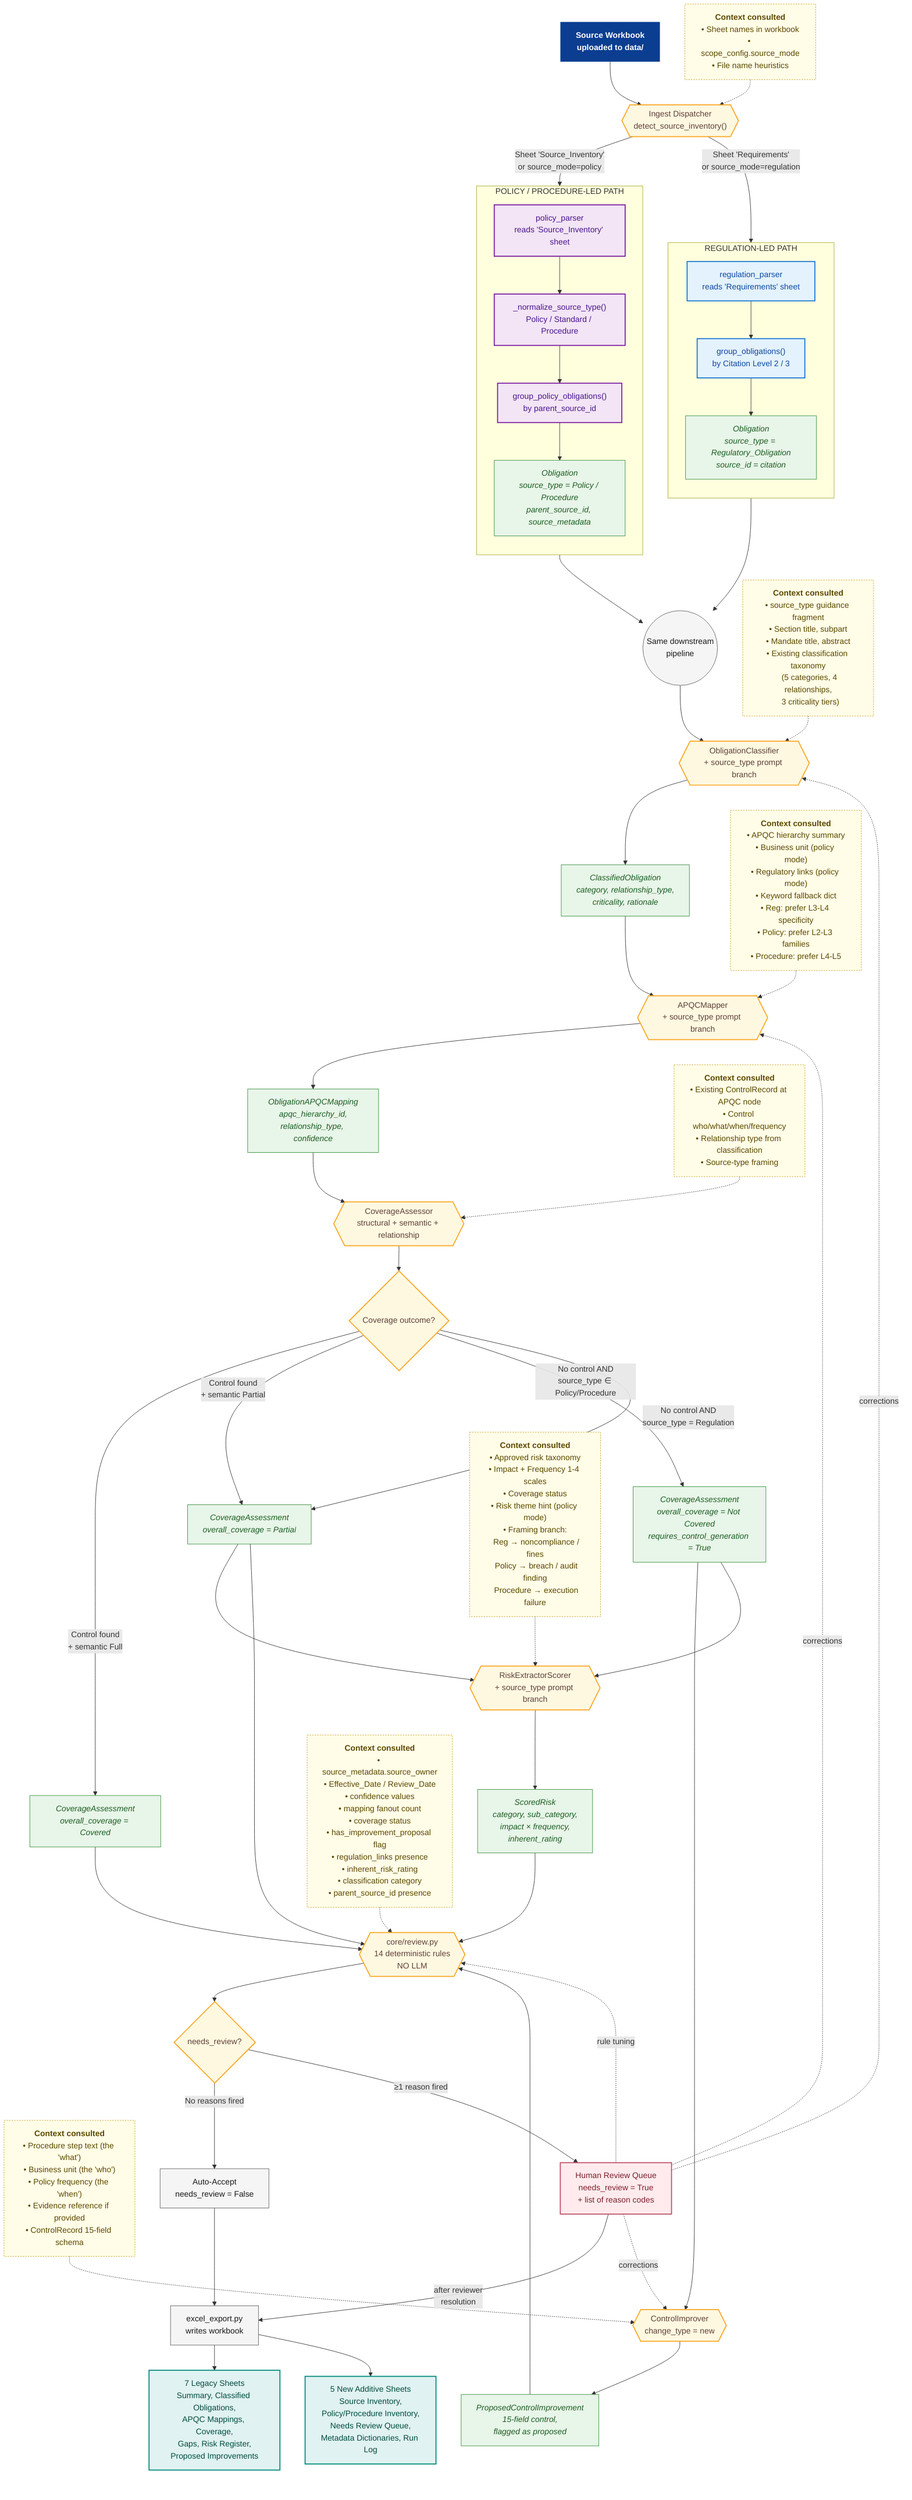
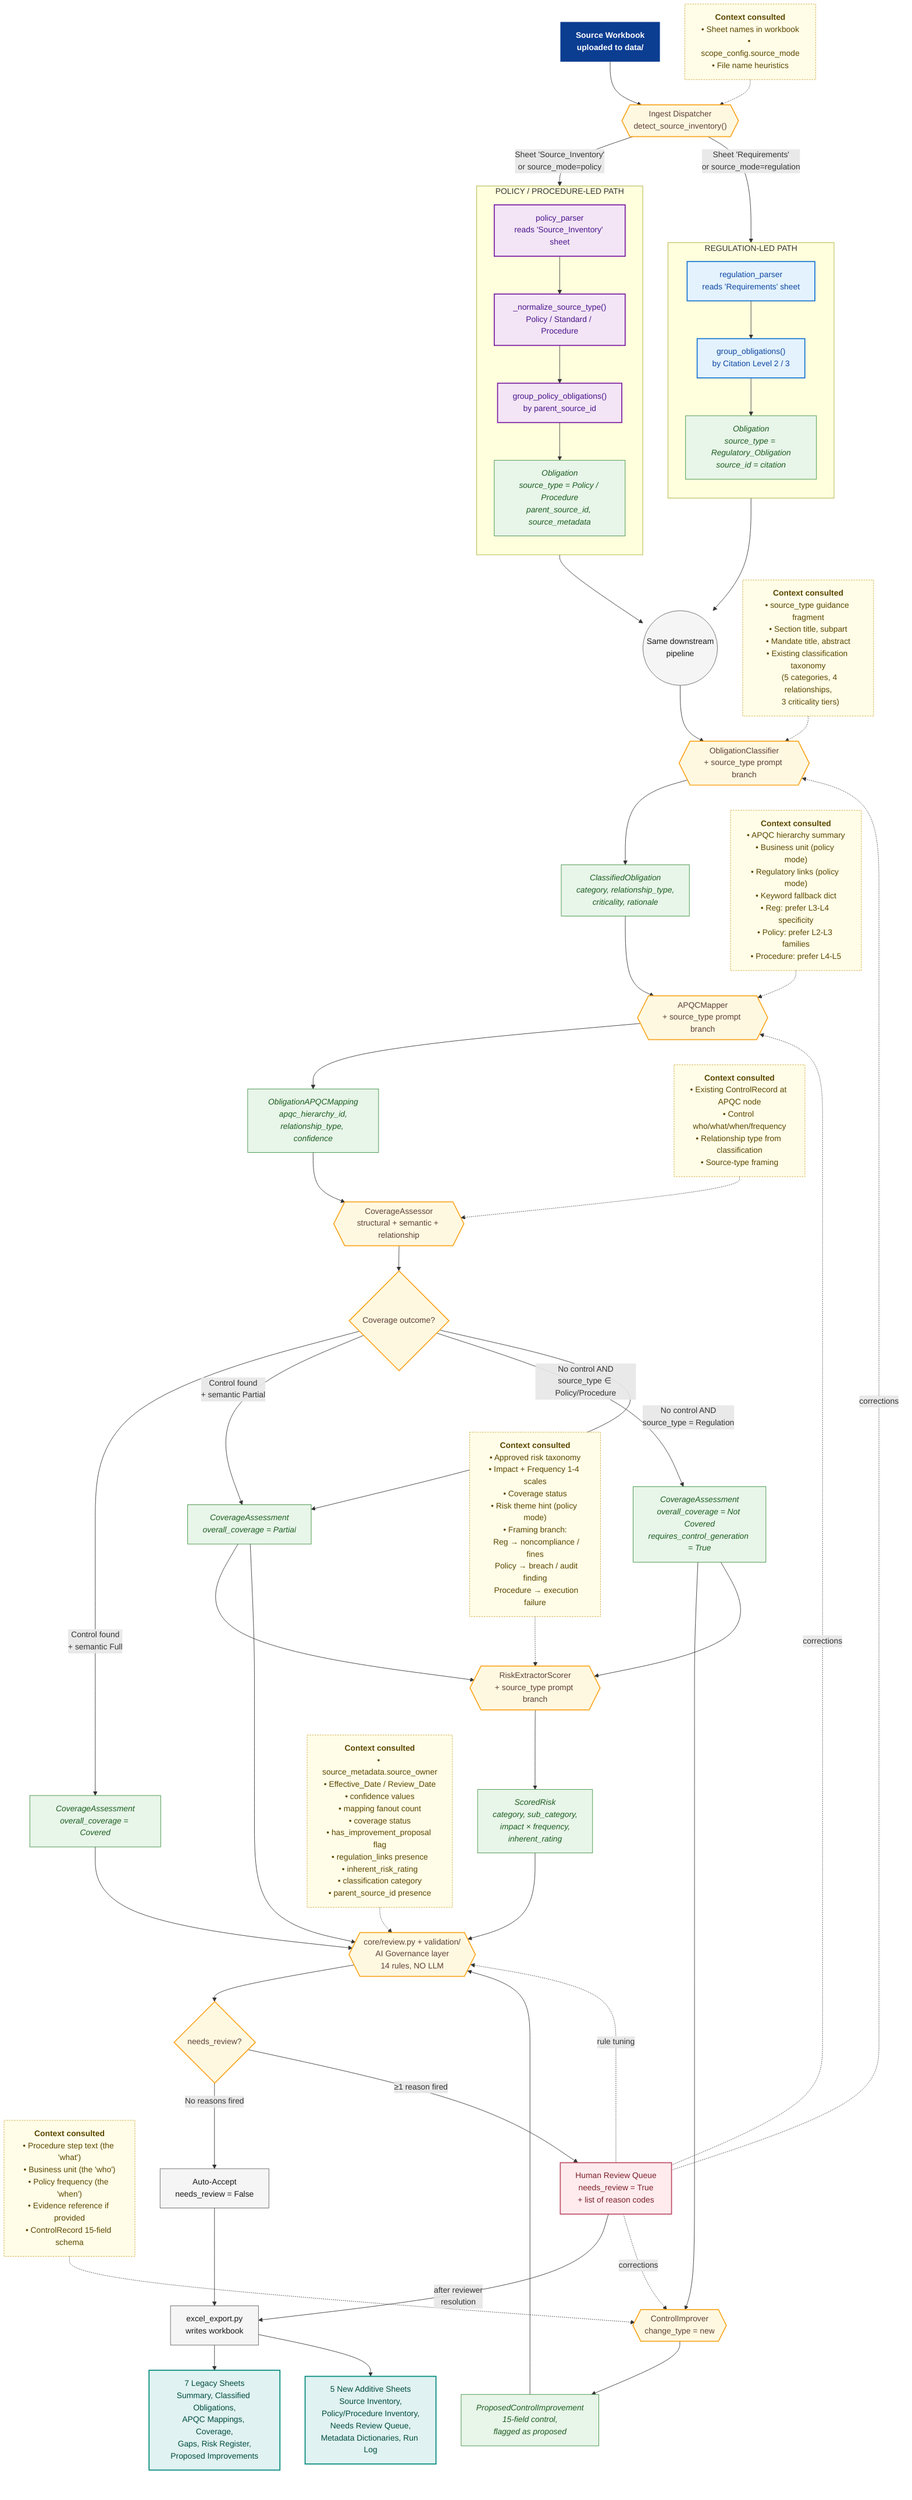
flowchart TB
    classDef start fill:#0b3d91,color:#fff,stroke:#0b3d91,font-weight:bold
    classDef regPath fill:#e3f2fd,color:#0d47a1,stroke:#1976d2,stroke-width:2px
    classDef polPath fill:#f3e5f5,color:#4a148c,stroke:#7b1fa2,stroke-width:2px
    classDef shared fill:#f5f5f5,color:#1a1a1a,stroke:#616161,stroke-width:1px
    classDef decision fill:#fff8e1,color:#5d4037,stroke:#f9a825,stroke-width:2px
    classDef ctx fill:#fffde7,color:#5c4700,stroke:#caa334,stroke-width:1px,stroke-dasharray:3 2
    classDef obj fill:#e8f5e9,color:#1b5e20,stroke:#388e3c,stroke-width:1px,font-style:italic
    classDef review fill:#ffebee,color:#7a1f29,stroke:#c0506a,stroke-width:2px
    classDef output fill:#e0f2f1,color:#004d40,stroke:#00897b,stroke-width:2px

    START["Source Workbook<br/>uploaded to data/"]:::start

    %% ── Dispatcher ───────────────────────────────────────────────
    DISP{{"Ingest Dispatcher<br/>detect_source_inventory()"}}:::decision
    DISP_CTX["<b>Context consulted</b><br/>• Sheet names in workbook<br/>• scope_config.source_mode<br/>• File name heuristics"]:::ctx

    START --> DISP
    DISP_CTX -.-> DISP

    %% ═══════════════════════════════════════════════════════════════
    %% REGULATION-LED PATH (left column)
    %% ═══════════════════════════════════════════════════════════════
    subgraph REG["REGULATION-LED PATH"]
        direction TB
        REG_PARSE["regulation_parser<br/>reads 'Requirements' sheet"]:::regPath
        REG_GROUP["group_obligations()<br/>by Citation Level 2 / 3"]:::regPath
        REG_OBJ["Obligation<br/>source_type = Regulatory_Obligation<br/>source_id = citation"]:::obj
        REG_PARSE --> REG_GROUP --> REG_OBJ
    end

    %% ═══════════════════════════════════════════════════════════════
    %% POLICY-LED PATH (right column)
    %% ═══════════════════════════════════════════════════════════════
    subgraph POL["POLICY / PROCEDURE-LED PATH"]
        direction TB
        POL_PARSE["policy_parser<br/>reads 'Source_Inventory' sheet"]:::polPath
        POL_NORM["_normalize_source_type()<br/>Policy / Standard / Procedure"]:::polPath
        POL_GROUP["group_policy_obligations()<br/>by parent_source_id"]:::polPath
        POL_OBJ["Obligation<br/>source_type = Policy / Procedure<br/>parent_source_id, source_metadata"]:::obj
        POL_PARSE --> POL_NORM --> POL_GROUP --> POL_OBJ
    end

    DISP -->|Sheet 'Requirements'<br/>or source_mode=regulation| REG_PARSE
    DISP -->|Sheet 'Source_Inventory'<br/>or source_mode=policy| POL_PARSE

    %% ═══════════════════════════════════════════════════════════════
    %% CONVERGENCE — same pipeline downstream
    %% ═══════════════════════════════════════════════════════════════
    REG_OBJ --> CONV(("Same downstream<br/>pipeline"))
    POL_OBJ --> CONV
    CONV:::shared

    %% ── Layer 2: Classification ──────────────────────────────────
    CLS{{"ObligationClassifier<br/>+ source_type prompt branch"}}:::decision
    CLS_CTX["<b>Context consulted</b><br/>• source_type guidance fragment<br/>• Section title, subpart<br/>• Mandate title, abstract<br/>• Existing classification taxonomy<br/>  (5 categories, 4 relationships,<br/>  3 criticality tiers)"]:::ctx
    CLS_OUT["ClassifiedObligation<br/>category, relationship_type,<br/>criticality, rationale"]:::obj

    CONV --> CLS
    CLS_CTX -.-> CLS
    CLS --> CLS_OUT

    %% ── Layer 3: APQC Mapping ────────────────────────────────────
    MAP{{"APQCMapper<br/>+ source_type prompt branch"}}:::decision
    MAP_CTX["<b>Context consulted</b><br/>• APQC hierarchy summary<br/>• Business unit (policy mode)<br/>• Regulatory links (policy mode)<br/>• Keyword fallback dict<br/>• Reg: prefer L3-L4 specificity<br/>• Policy: prefer L2-L3 families<br/>• Procedure: prefer L4-L5"]:::ctx
    MAP_OUT["ObligationAPQCMapping<br/>apqc_hierarchy_id,<br/>relationship_type, confidence"]:::obj

    CLS_OUT --> MAP
    MAP_CTX -.-> MAP
    MAP --> MAP_OUT

    %% ── Layer 4: Coverage Decision ───────────────────────────────
    COV{{"CoverageAssessor<br/>structural + semantic + relationship"}}:::decision
    COV_CTX["<b>Context consulted</b><br/>• Existing ControlRecord at APQC node<br/>• Control who/what/when/frequency<br/>• Relationship type from classification<br/>• Source-type framing"]:::ctx

    MAP_OUT --> COV
    COV_CTX -.-> COV

    COV_DEC{Coverage outcome?}:::decision
    COV --> COV_DEC

    COV_OBJ_FULL["CoverageAssessment<br/>overall_coverage = Covered"]:::obj
    COV_OBJ_PART["CoverageAssessment<br/>overall_coverage = Partial"]:::obj
    COV_OBJ_GEN["CoverageAssessment<br/>overall_coverage = Not Covered<br/>requires_control_generation = True"]:::obj

    COV_DEC -->|Control found<br/>+ semantic Full| COV_OBJ_FULL
    COV_DEC -->|Control found<br/>+ semantic Partial| COV_OBJ_PART
    COV_DEC -->|No control AND<br/>source_type ∈ Policy/Procedure| COV_OBJ_GEN
    COV_DEC -->|No control AND<br/>source_type = Regulation| COV_OBJ_PART

    %% ── Layer 4b: Control Improver (only on policy-led gaps) ─────
    IMP{{"ControlImprover<br/>change_type = new"}}:::decision
    IMP_CTX["<b>Context consulted</b><br/>• Procedure step text (the 'what')<br/>• Business unit (the 'who')<br/>• Policy frequency (the 'when')<br/>• Evidence reference if provided<br/>• ControlRecord 15-field schema"]:::ctx
    IMP_OBJ["ProposedControlImprovement<br/>15-field control,<br/>flagged as proposed"]:::obj

    COV_OBJ_GEN --> IMP
    IMP_CTX -.-> IMP
    IMP --> IMP_OBJ

    %% ── Layer 5: Risk Extraction ─────────────────────────────────
    RISK{{"RiskExtractorScorer<br/>+ source_type prompt branch"}}:::decision
    RISK_CTX["<b>Context consulted</b><br/>• Approved risk taxonomy<br/>• Impact + Frequency 1-4 scales<br/>• Coverage status<br/>• Risk theme hint (policy mode)<br/>• Framing branch:<br/>  Reg → noncompliance / fines<br/>  Policy → breach / audit finding<br/>  Procedure → execution failure"]:::ctx
    RISK_OBJ["ScoredRisk<br/>category, sub_category,<br/>impact × frequency,<br/>inherent_rating"]:::obj

    COV_OBJ_PART --> RISK
    COV_OBJ_GEN --> RISK
    RISK_CTX -.-> RISK
    RISK --> RISK_OBJ

-     %% ── Layer 6: Deterministic Review (NOT LLM) ──────────────────
-     REV{{"core/review.py<br/>14 deterministic rules<br/>NO LLM"}}:::decision
+     %% ── Layer 6: AI Governance Review (rule-based, NOT LLM) ──────────────
+     REV{{"core/review.py + validation/<br/>AI Governance layer<br/>14 rules, NO LLM"}}:::decision
    REV_CTX["<b>Context consulted</b><br/>• source_metadata.source_owner<br/>• Effective_Date / Review_Date<br/>• confidence values<br/>• mapping fanout count<br/>• coverage status<br/>• has_improvement_proposal flag<br/>• regulation_links presence<br/>• inherent_risk_rating<br/>• classification category<br/>• parent_source_id presence"]:::ctx

    COV_OBJ_FULL --> REV
    COV_OBJ_PART --> REV
    IMP_OBJ --> REV
    RISK_OBJ --> REV
    REV_CTX -.-> REV

    REV_DEC{needs_review?}:::decision
    REV --> REV_DEC

    AUTO["Auto-Accept<br/>needs_review = False"]:::shared
    HRQ["Human Review Queue<br/>needs_review = True<br/>+ list of reason codes"]:::review

    REV_DEC -->|No reasons fired| AUTO
    REV_DEC -->|≥1 reason fired| HRQ

    %% ── Layer 7: Output ──────────────────────────────────────────
    WRITER["excel_export.py<br/>writes workbook"]:::shared
    AUTO --> WRITER
    HRQ -->|after reviewer<br/>resolution| WRITER

    OUT_LEG["7 Legacy Sheets<br/>Summary, Classified Obligations,<br/>APQC Mappings, Coverage,<br/>Gaps, Risk Register,<br/>Proposed Improvements"]:::output
    OUT_NEW["5 New Additive Sheets<br/>Source Inventory,<br/>Policy/Procedure Inventory,<br/>Needs Review Queue,<br/>Metadata Dictionaries, Run Log"]:::output

    WRITER --> OUT_LEG
    WRITER --> OUT_NEW

    %% ── Feedback loop ────────────────────────────────────────────
    HRQ -. corrections .-> CLS
    HRQ -. corrections .-> MAP
    HRQ -. corrections .-> IMP
    HRQ -. rule tuning .-> REV